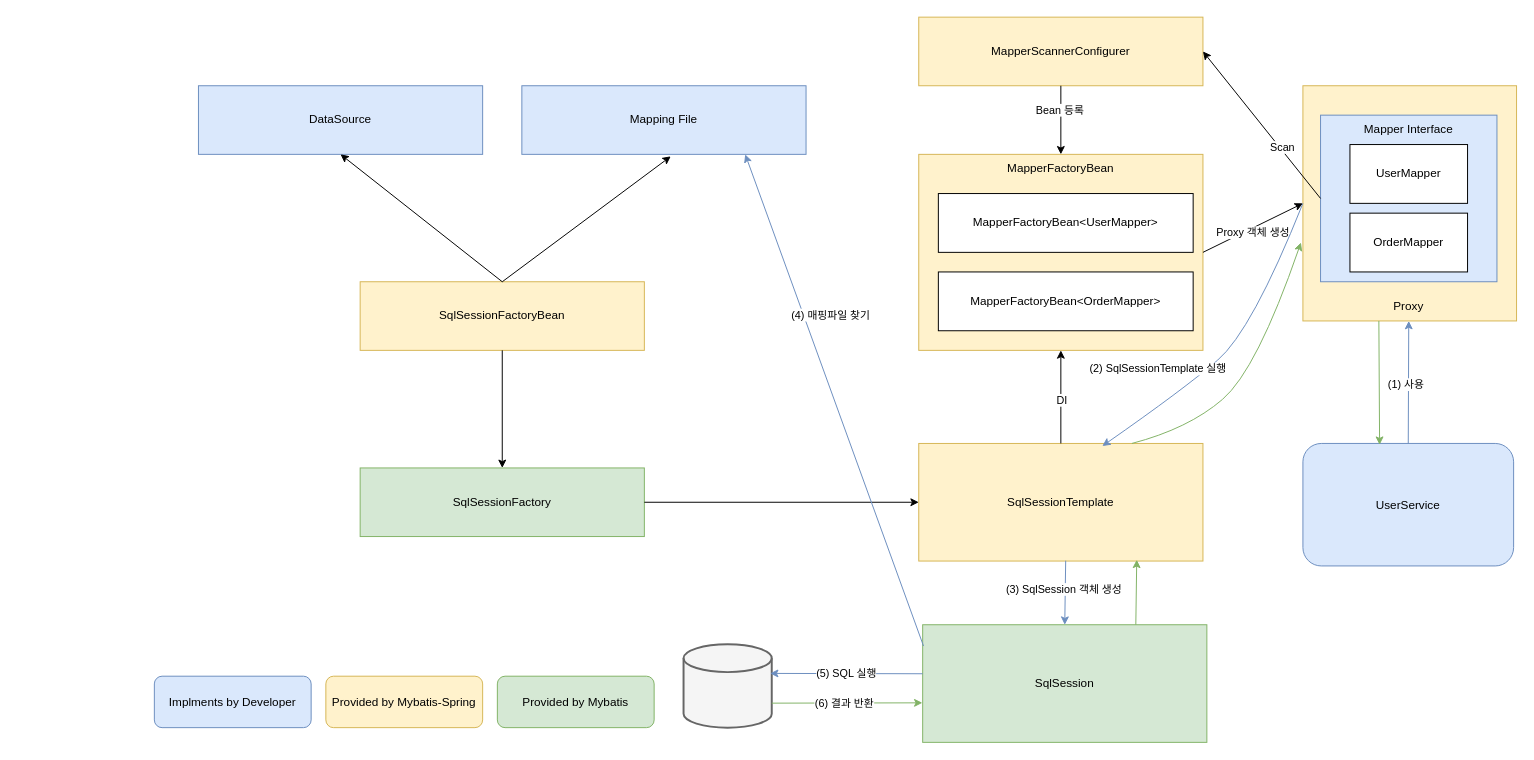
TreeStone94/drawio keeps this draw.io diagram as page "페이지-4" (4 of 5) of architecture/spring-memory.drawio. Above is the earlier version. Source tidied: cells renumbered, new cells numbered last; positions are measured from the earlier drawing's top-left corner, leaving out a move shared by most shapes. Both pictures are drawn from the tidied source at 98%, with x=0, y=0 at pixel (154, 17).
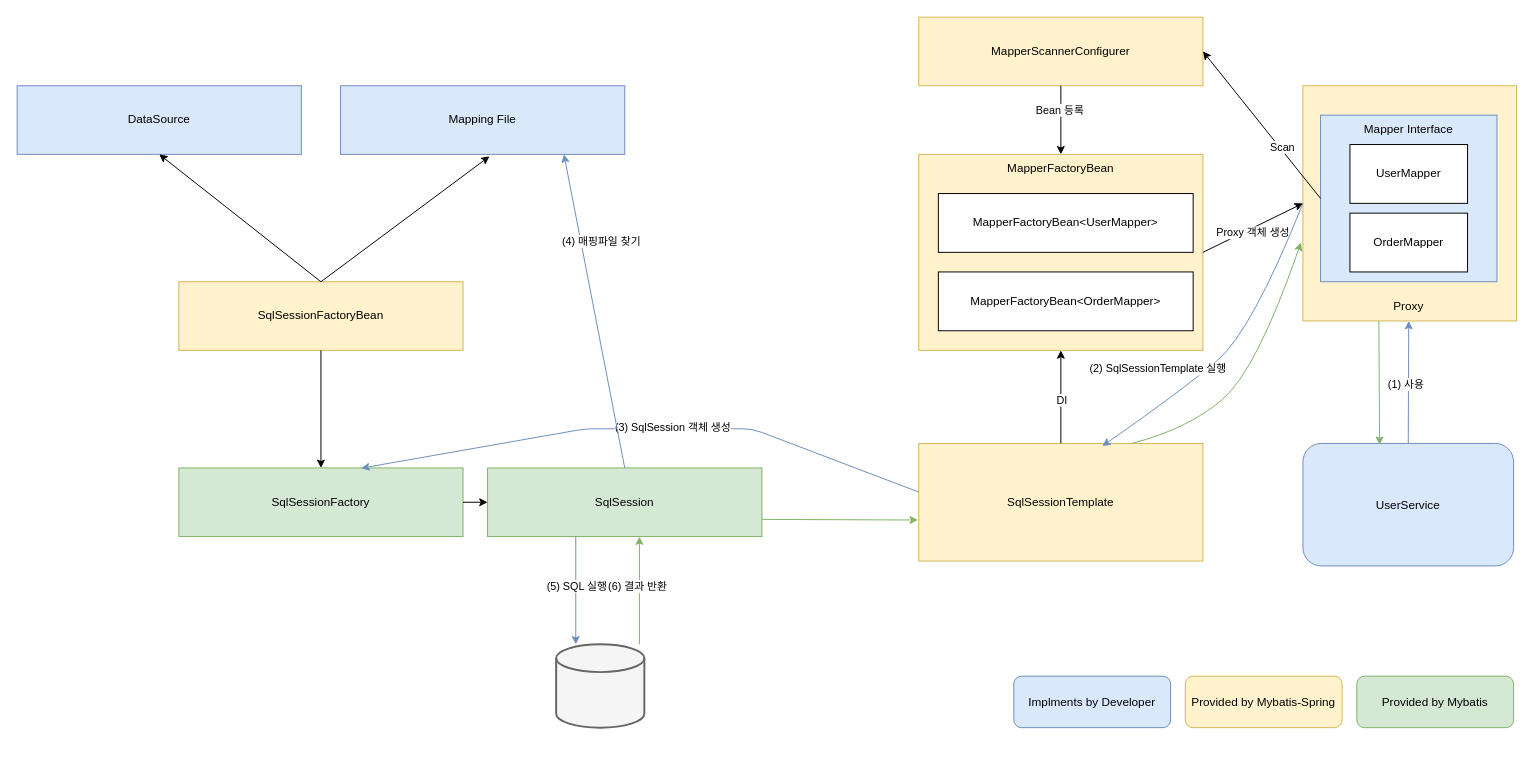
After the change.

The change refers to these unchanged cells:
```xml
<mxCell id="5" value="SqlSessionTemplate" style="rounded=0;whiteSpace=wrap;html=1;fillColor=#fff2cc;strokeColor=#d6b656;" parent="1" vertex="1">
  <mxGeometry x="780" y="435" width="290" height="120" as="geometry" />
</mxCell>
```

The edit, as a diff of the source:
```diff
@@
     <mxCell id="3" value="SqlSessionFactoryBean" style="rounded=0;whiteSpace=wrap;html=1;fillColor=#fff2cc;strokeColor=#d6b656;" parent="1" vertex="1">
-      <mxGeometry x="210" y="270" width="290" height="70" as="geometry" />
+      <mxGeometry x="25" y="270" width="290" height="70" as="geometry" />
     </mxCell>
     <mxCell id="4" value="SqlSessionFactory" style="rounded=0;whiteSpace=wrap;html=1;fillColor=#d5e8d4;strokeColor=#82b366;" parent="1" vertex="1">
-      <mxGeometry x="210" y="460" width="290" height="70" as="geometry" />
+      <mxGeometry x="25" y="460" width="290" height="70" as="geometry" />
     </mxCell>
@@
     <mxCell id="21" value="DataSource" style="rounded=0;whiteSpace=wrap;html=1;fillColor=#dae8fc;strokeColor=#6c8ebf;" parent="1" vertex="1">
-      <mxGeometry x="45" y="70" width="290" height="70" as="geometry" />
+      <mxGeometry x="-140" y="70" width="290" height="70" as="geometry" />
     </mxCell>
     <mxCell id="22" value="Mapping File" style="rounded=0;whiteSpace=wrap;html=1;fillColor=#dae8fc;strokeColor=#6c8ebf;" parent="1" vertex="1">
-      <mxGeometry x="375" y="70" width="290" height="70" as="geometry" />
+      <mxGeometry x="190" y="70" width="290" height="70" as="geometry" />
     </mxCell>
@@
-    <mxCell id="26" style="endArrow=classic;html=1;rounded=0;exitX=1;exitY=0.5;exitDx=0;exitDy=0;entryX=0;entryY=0.5;entryDx=0;entryDy=0;" parent="1" edge="1" source="4" target="5">
-      <mxGeometry relative="1" as="geometry" />
-    </mxCell>
@@
     <mxCell id="35" value="SqlSession" style="rounded=0;whiteSpace=wrap;html=1;fillColor=#d5e8d4;strokeColor=#82b366;" parent="1" vertex="1">
-      <mxGeometry x="784" y="620" width="290" height="120" as="geometry" />
+      <mxGeometry x="340" y="460" width="280" height="70" as="geometry" />
     </mxCell>
-    <mxCell id="36" style="endArrow=classic;html=1;rounded=0;exitX=0.517;exitY=0.997;exitDx=0;exitDy=0;entryX=0.5;entryY=0;entryDx=0;entryDy=0;exitPerimeter=0;fillColor=#dae8fc;strokeColor=#6c8ebf;" parent="1" edge="1" source="5" target="35">
-      <mxGeometry relative="1" as="geometry" />
+    <mxCell id="36" style="endArrow=classic;html=1;rounded=1;exitX=0.517;exitY=0.997;exitDx=0;exitDy=0;exitPerimeter=0;fillColor=#dae8fc;strokeColor=#6c8ebf;curved=0;entryX=0.642;entryY=0.003;entryDx=0;entryDy=0;entryPerimeter=0;" parent="1" edge="1" target="4">
+      <mxGeometry relative="1" as="geometry">
+        <mxPoint x="780" y="484.6" as="sourcePoint" />
+        <Array as="points">
+          <mxPoint x="610" y="420" />
+          <mxPoint x="440" y="420" />
+        </Array>
+      </mxGeometry>
     </mxCell>
@@
-    <mxCell id="38" style="endArrow=classic;html=1;rounded=0;exitX=0.003;exitY=0.181;exitDx=0;exitDy=0;entryX=0.786;entryY=1;entryDx=0;entryDy=0;fillColor=#dae8fc;strokeColor=#6c8ebf;entryPerimeter=0;exitPerimeter=0;" parent="1" edge="1" source="35" target="22">
+    <mxCell id="38" style="endArrow=classic;html=1;rounded=0;exitX=0.5;exitY=0;exitDx=0;exitDy=0;entryX=0.786;entryY=1;entryDx=0;entryDy=0;fillColor=#dae8fc;strokeColor=#6c8ebf;entryPerimeter=0;" parent="1" edge="1" source="35" target="22">
       <mxGeometry relative="1" as="geometry" />
     </mxCell>
@@
     <mxCell id="40" style="strokeWidth=2;html=1;shape=mxgraph.flowchart.database;whiteSpace=wrap;fillColor=#f5f5f5;fontColor=#333333;strokeColor=#666666;" parent="1" vertex="1">
-      <mxGeometry x="540" y="640" width="90" height="85" as="geometry" />
+      <mxGeometry x="410" y="640" width="90" height="85" as="geometry" />
     </mxCell>
-    <mxCell id="41" style="endArrow=classic;html=1;rounded=0;fillColor=#dae8fc;strokeColor=#6c8ebf;entryX=0.981;entryY=0.349;entryDx=0;entryDy=0;entryPerimeter=0;exitX=0;exitY=0.5;exitDx=0;exitDy=0;" parent="1" edge="1" target="40">
+    <mxCell id="41" style="endArrow=classic;html=1;rounded=0;fillColor=#dae8fc;strokeColor=#6c8ebf;exitX=0.404;exitY=1;exitDx=0;exitDy=0;exitPerimeter=0;" parent="1" edge="1">
       <mxGeometry relative="1" as="geometry">
-        <mxPoint x="784" y="670" as="sourcePoint" />
+        <mxPoint x="430" y="530" as="sourcePoint" />
+        <mxPoint x="430" y="640" as="targetPoint" />
       </mxGeometry>
     </mxCell>
@@
-    <mxCell id="43" style="endArrow=classic;html=1;rounded=0;fillColor=#d5e8d4;strokeColor=#82b366;entryX=-0.001;entryY=0.664;entryDx=0;entryDy=0;entryPerimeter=0;" parent="1" edge="1" target="35">
+    <mxCell id="43" style="endArrow=classic;html=1;rounded=0;fillColor=#d5e8d4;strokeColor=#82b366;" parent="1" edge="1">
       <mxGeometry relative="1" as="geometry">
-        <mxPoint x="630" y="700" as="sourcePoint" />
+        <mxPoint x="495" y="640" as="sourcePoint" />
+        <mxPoint x="495" y="530" as="targetPoint" />
       </mxGeometry>
     </mxCell>
     <mxCell id="44" value="(6) 결과 반환" style="edgeLabel;html=1;align=center;verticalAlign=middle;" parent="43" vertex="1">
       <mxGeometry x="-0.04" y="3" relative="1" as="geometry">
-        <mxPoint y="3" as="offset" />
+        <mxPoint y="-7" as="offset" />
       </mxGeometry>
     </mxCell>
-    <mxCell id="45" style="endArrow=classic;html=1;rounded=0;fillColor=#d5e8d4;strokeColor=#82b366;entryX=0.767;entryY=0.989;entryDx=0;entryDy=0;entryPerimeter=0;exitX=0.75;exitY=0;exitDx=0;exitDy=0;" parent="1" edge="1" source="35" target="5">
+    <mxCell id="45" style="endArrow=classic;html=1;rounded=0;fillColor=#d5e8d4;strokeColor=#82b366;entryX=-0.003;entryY=0.651;entryDx=0;entryDy=0;entryPerimeter=0;exitX=1;exitY=0.75;exitDx=0;exitDy=0;" parent="1" edge="1" source="35" target="5">
       <mxGeometry relative="1" as="geometry" />
     </mxCell>
@@
     <mxCell id="48" value="Implments by Developer" style="rounded=1;whiteSpace=wrap;html=1;fillColor=#dae8fc;strokeColor=#6c8ebf;flipH=0;" parent="1" vertex="1">
-      <mxGeometry y="672.5" width="160" height="52.5" as="geometry" />
+      <mxGeometry x="877" y="672.5" width="160" height="52.5" as="geometry" />
     </mxCell>
     <mxCell id="49" value="Provided by Mybatis-Spring" style="rounded=1;whiteSpace=wrap;html=1;fillColor=#fff2cc;strokeColor=#d6b656;flipH=0;" parent="1" vertex="1">
-      <mxGeometry x="175" y="672.5" width="160" height="52.5" as="geometry" />
+      <mxGeometry x="1052" y="672.5" width="160" height="52.5" as="geometry" />
     </mxCell>
     <mxCell id="50" value="Provided by Mybatis" style="rounded=1;whiteSpace=wrap;html=1;fillColor=#d5e8d4;strokeColor=#82b366;flipH=0;" parent="1" vertex="1">
-      <mxGeometry x="350" y="672.5" width="160" height="52.5" as="geometry" />
+      <mxGeometry x="1227" y="672.5" width="160" height="52.5" as="geometry" />
     </mxCell>
+    <mxCell id="51" style="endArrow=classic;html=1;rounded=0;exitX=1;exitY=0.5;exitDx=0;exitDy=0;" parent="1" edge="1" source="4" target="35">
+      <mxGeometry relative="1" as="geometry" />
+    </mxCell>
```
